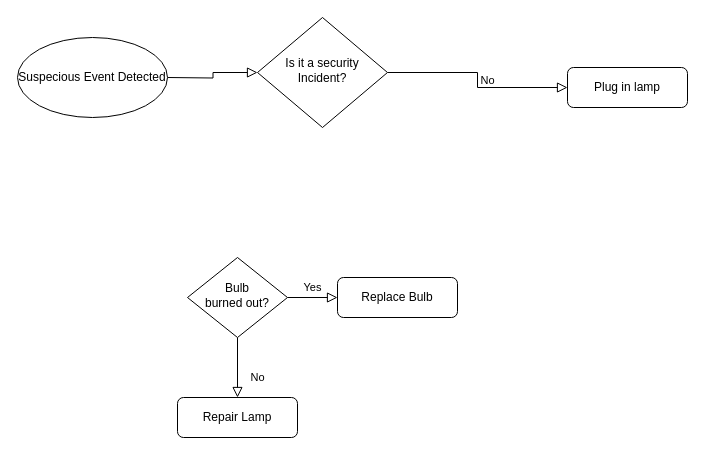
This is Untitled Diagram.drawio from Harvey-Sijenyi/Incident-Response-Plan, a draw.io file, before an edit. Source tidied: cells renumbered, new cells numbered last; positions are measured from the earlier drawing's top-left corner, leaving out a move shared by most shapes. Both pictures are drawn from the tidied source at 100%, with x=0, y=0 at pixel (17, 17).
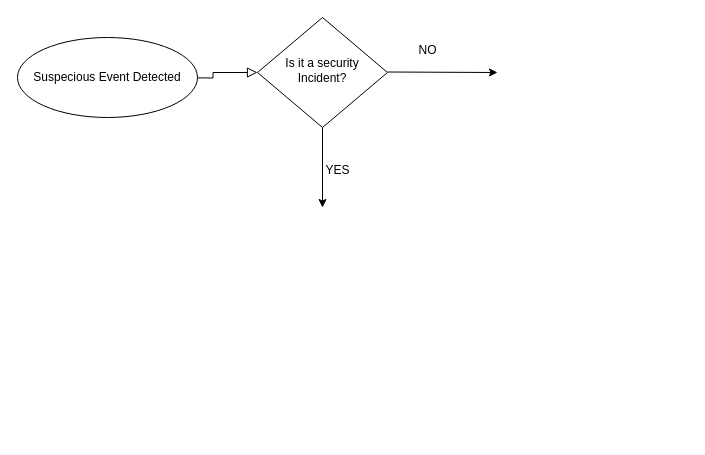
The same page after the edit.

Change to the diagram source:
```diff
@@
 <mxGraphModel>
   <root>
     <mxCell id="0" />
     <mxCell id="1" parent="0" />
     <mxCell id="2" style="rounded=0;html=1;jettySize=auto;fontSize=11;endArrow=block;endFill=0;endSize=8;strokeWidth=1;shadow=0;labelBackgroundColor=none;edgeStyle=orthogonalEdgeStyle;" parent="1" edge="1" target="4">
       <mxGeometry relative="1" as="geometry">
         <mxPoint x="150" y="60" as="sourcePoint" />
       </mxGeometry>
     </mxCell>
-    <mxCell id="3" value="No" style="edgeStyle=orthogonalEdgeStyle;rounded=0;html=1;jettySize=auto;fontSize=11;endArrow=block;endFill=0;endSize=8;strokeWidth=1;shadow=0;labelBackgroundColor=none;" parent="1" edge="1" source="4" target="5">
-      <mxGeometry y="10" relative="1" as="geometry">
-        <Array as="points">
-          <mxPoint x="460" y="55" />
-          <mxPoint x="460" y="70" />
-        </Array>
-      </mxGeometry>
-    </mxCell>
     <mxCell id="4" value="Is it a security Incident?" style="rhombus;whiteSpace=wrap;html=1;shadow=0;fontFamily=Helvetica;fontSize=12;align=center;strokeWidth=1;spacing=6;spacingTop=-4;" parent="1" vertex="1">
       <mxGeometry x="240" width="130" height="110" as="geometry" />
     </mxCell>
-    <mxCell id="5" value="Plug in lamp" style="rounded=1;whiteSpace=wrap;html=1;fontSize=12;glass=0;strokeWidth=1;shadow=0;" parent="1" vertex="1">
-      <mxGeometry x="550" y="50" width="120" height="40" as="geometry" />
-    </mxCell>
-    <mxCell id="6" value="No" style="rounded=0;html=1;jettySize=auto;fontSize=11;endArrow=block;endFill=0;endSize=8;strokeWidth=1;shadow=0;labelBackgroundColor=none;edgeStyle=orthogonalEdgeStyle;" parent="1" edge="1" source="8" target="9">
-      <mxGeometry x="0.33" y="20" relative="1" as="geometry" />
-    </mxCell>
-    <mxCell id="7" value="Yes" style="edgeStyle=orthogonalEdgeStyle;rounded=0;html=1;jettySize=auto;fontSize=11;endArrow=block;endFill=0;endSize=8;strokeWidth=1;shadow=0;labelBackgroundColor=none;" parent="1" edge="1" source="8" target="10">
-      <mxGeometry y="10" relative="1" as="geometry" />
-    </mxCell>
-    <mxCell id="8" value="Bulb&lt;br&gt;burned out?" style="rhombus;whiteSpace=wrap;html=1;shadow=0;fontFamily=Helvetica;fontSize=12;align=center;strokeWidth=1;spacing=6;spacingTop=-4;" parent="1" vertex="1">
-      <mxGeometry x="170" y="240" width="100" height="80" as="geometry" />
-    </mxCell>
-    <mxCell id="9" value="Repair Lamp" style="rounded=1;whiteSpace=wrap;html=1;fontSize=12;glass=0;strokeWidth=1;shadow=0;" parent="1" vertex="1">
-      <mxGeometry x="160" y="380" width="120" height="40" as="geometry" />
-    </mxCell>
-    <mxCell id="10" value="Replace Bulb" style="rounded=1;whiteSpace=wrap;html=1;fontSize=12;glass=0;strokeWidth=1;shadow=0;" parent="1" vertex="1">
-      <mxGeometry x="320" y="260" width="120" height="40" as="geometry" />
-    </mxCell>
     <mxCell id="11" value="Suspecious Event Detected" style="ellipse;whiteSpace=wrap;html=1;" parent="1" vertex="1">
-      <mxGeometry y="20" width="150" height="80" as="geometry" />
+      <mxGeometry y="20" width="180" height="80" as="geometry" />
     </mxCell>
+    <mxCell id="12" style="endArrow=classic;html=1;rounded=0;" parent="1" edge="1">
+      <mxGeometry relative="1" as="geometry">
+        <mxPoint x="370" y="54.5" as="sourcePoint" />
+        <mxPoint x="480" y="55" as="targetPoint" />
+      </mxGeometry>
+    </mxCell>
+    <mxCell id="13" style="endArrow=classic;html=1;rounded=0;exitX=0.5;exitY=1;exitDx=0;exitDy=0;" parent="1" edge="1" source="4">
+      <mxGeometry relative="1" as="geometry">
+        <mxPoint x="305" y="190" as="targetPoint" />
+      </mxGeometry>
+    </mxCell>
+    <mxCell id="14" value="YES" style="text;html=1;align=center;verticalAlign=middle;strokeColor=none;fillColor=none;" parent="1" vertex="1">
+      <mxGeometry x="295" y="138" width="50" height="30" as="geometry" />
+    </mxCell>
+    <mxCell id="15" value="NO" style="text;html=1;align=center;verticalAlign=middle;strokeColor=none;fillColor=none;" parent="1" vertex="1">
+      <mxGeometry x="390" y="18" width="40" height="30" as="geometry" />
+    </mxCell>
   </root>
 </mxGraphModel>
```
